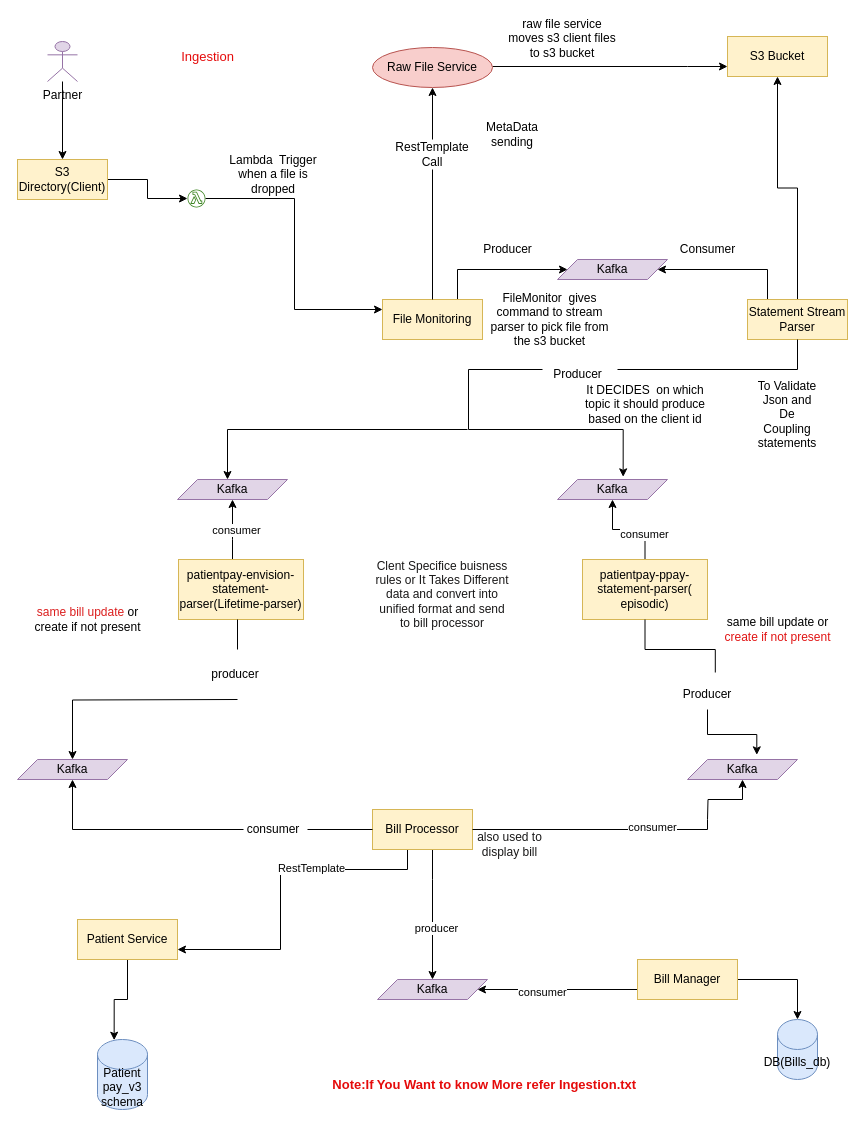
This is Ingestion.drawio from suchit727/diagrams, a draw.io file, before an edit. Source tidied: cells renumbered, new cells numbered last; positions are measured from the earlier drawing's top-left corner, leaving out a move shared by most shapes. Both pictures are drawn from the tidied source at 100%, with x=0, y=0 at pixel (17, 29).
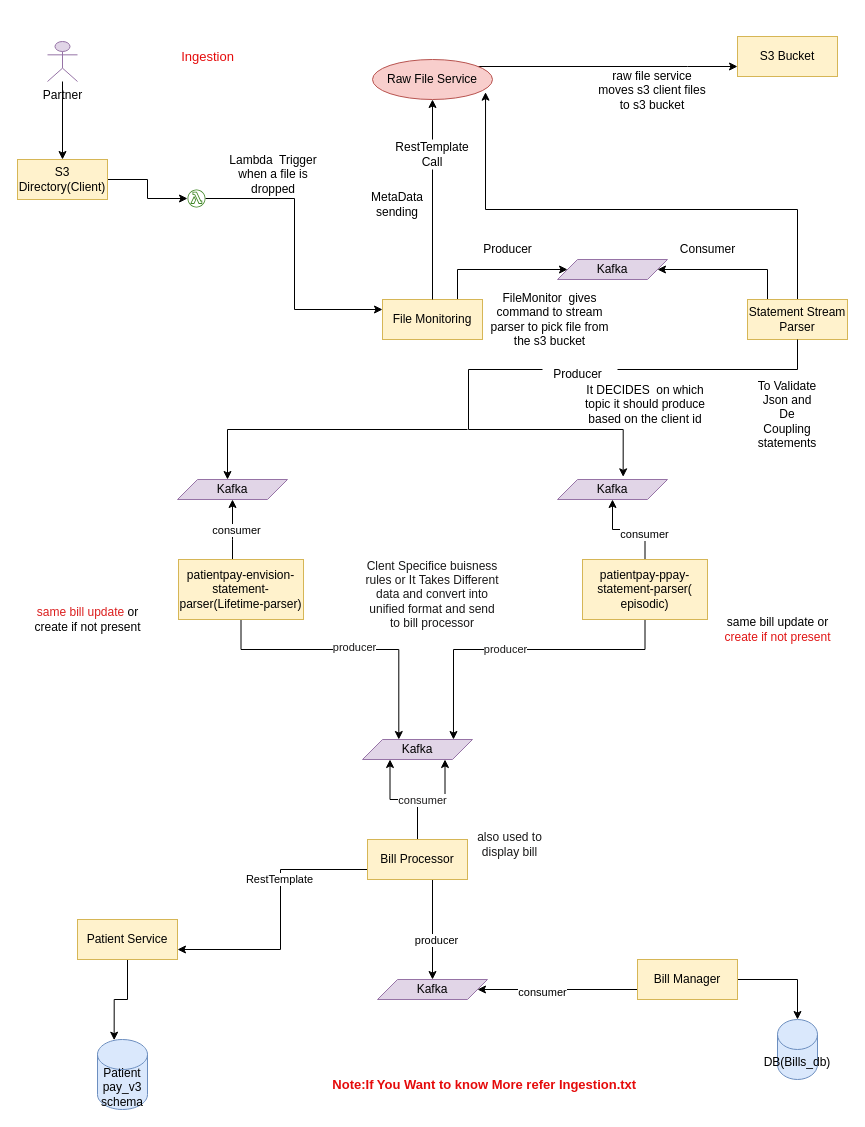
After the change.

Unchanged cells that the change refers to:
```xml
<mxCell id="21" value="Statement Stream Parser" style="rounded=0;whiteSpace=wrap;html=1;fillColor=#fff2cc;strokeColor=#d6b656;" parent="1" vertex="1">
  <mxGeometry x="730" y="270" width="100" height="40" as="geometry" />
</mxCell>
<mxCell id="25" value="patientpay-envision-statement-parser(Lifetime-parser)" style="rounded=0;whiteSpace=wrap;html=1;fillColor=#fff2cc;strokeColor=#d6b656;" parent="1" vertex="1">
  <mxGeometry x="161" y="530" width="125" height="60" as="geometry" />
</mxCell>
<mxCell id="48" value="patientpay-ppay-statement-parser(&lt;br&gt;episodic)" style="rounded=0;whiteSpace=wrap;html=1;fillColor=#fff2cc;strokeColor=#d6b656;" parent="1" vertex="1">
  <mxGeometry x="565" y="530" width="125" height="60" as="geometry" />
</mxCell>
```

Change to the diagram source:
```diff
@@
     <mxCell id="6" value="S3 Bucket" style="rounded=0;whiteSpace=wrap;html=1;fillColor=#fff2cc;strokeColor=#d6b656;" parent="1" vertex="1">
-      <mxGeometry x="710" y="7" width="100" height="40" as="geometry" />
+      <mxGeometry x="720" y="7" width="100" height="40" as="geometry" />
     </mxCell>
@@
-    <mxCell id="13" style="edgeStyle=orthogonalEdgeStyle;rounded=0;jettySize=auto;html=1;startArrow=none;" parent="1" edge="1" source="57" target="41">
-      <mxGeometry x="-0.2" y="15" relative="1" as="geometry" />
-    </mxCell>
-    <mxCell id="14" style="edgeStyle=orthogonalEdgeStyle;rounded=0;jettySize=auto;html=1;entryX=0.5;entryY=1;entryDx=0;entryDy=0;startArrow=none;" parent="1" edge="1" target="51">
-      <mxGeometry relative="1" as="geometry">
-        <mxPoint x="690" y="790" as="sourcePoint" />
-      </mxGeometry>
-    </mxCell>
@@
+    <mxCell id="74" style="edgeStyle=orthogonalEdgeStyle;rounded=0;jettySize=auto;html=1;entryX=0.25;entryY=1;entryDx=0;entryDy=0;fontColor=#1a1919;" parent="1" edge="1" source="17" target="41">
+      <mxGeometry relative="1" as="geometry" />
+    </mxCell>
+    <mxCell id="75" style="edgeStyle=orthogonalEdgeStyle;rounded=0;jettySize=auto;html=1;entryX=0.75;entryY=1;entryDx=0;entryDy=0;fontColor=#1a1919;" parent="1" edge="1" source="17" target="41">
+      <mxGeometry relative="1" as="geometry" />
+    </mxCell>
+    <mxCell id="76" value="consumer" style="edgeLabel;html=1;align=center;verticalAlign=middle;fontColor=#1a1919;" parent="75" vertex="1">
+      <mxGeometry x="-0.19" relative="1" as="geometry" />
+    </mxCell>
     <mxCell id="17" value="Bill Processor" style="rounded=0;whiteSpace=wrap;html=1;fillColor=#fff2cc;strokeColor=#d6b656;" parent="1" vertex="1">
-      <mxGeometry x="355" y="780" width="100" height="40" as="geometry" />
+      <mxGeometry x="350" y="810" width="100" height="40" as="geometry" />
     </mxCell>
-    <mxCell id="18" style="edgeStyle=orthogonalEdgeStyle;rounded=0;jettySize=auto;html=1;entryX=0.5;entryY=1;entryDx=0;entryDy=0;" parent="1" edge="1" source="21" target="6">
-      <mxGeometry relative="1" as="geometry" />
+    <mxCell id="18" style="edgeStyle=orthogonalEdgeStyle;rounded=0;jettySize=auto;html=1;entryX=0.942;entryY=0.817;entryDx=0;entryDy=0;entryPerimeter=0;" parent="1" edge="1" source="21" target="31">
+      <mxGeometry relative="1" as="geometry">
+        <Array as="points">
+          <mxPoint x="780" y="180" />
+          <mxPoint x="468" y="180" />
+        </Array>
+      </mxGeometry>
     </mxCell>
@@
+    <mxCell id="77" style="edgeStyle=orthogonalEdgeStyle;rounded=0;jettySize=auto;html=1;entryX=0.33;entryY=0;entryDx=0;entryDy=0;entryPerimeter=0;fontColor=#1a1919;" parent="1" edge="1" source="25" target="41">
+      <mxGeometry relative="1" as="geometry">
+        <Array as="points">
+          <mxPoint x="224" y="620" />
+          <mxPoint x="381" y="620" />
+        </Array>
+      </mxGeometry>
+    </mxCell>
+    <mxCell id="78" value="producer" style="edgeLabel;html=1;align=center;verticalAlign=middle;fontColor=#1a1919;" parent="77" vertex="1">
+      <mxGeometry x="0.03" y="3" relative="1" as="geometry" />
+    </mxCell>
@@
     <mxCell id="31" value="Raw File Service" style="ellipse;whiteSpace=wrap;html=1;fillColor=#f8cecc;strokeColor=#b85450;" parent="1" vertex="1">
-      <mxGeometry x="355" y="18" width="120" height="40" as="geometry" />
+      <mxGeometry x="355" y="30" width="120" height="40" as="geometry" />
     </mxCell>
@@
     <mxCell id="35" value="raw file service moves s3 client files to s3 bucket" style="text;html=1;strokeColor=none;fillColor=none;align=center;verticalAlign=middle;whiteSpace=wrap;rounded=0;" parent="1" vertex="1">
-      <mxGeometry x="490" width="110" height="18" as="geometry" />
+      <mxGeometry x="580" y="52" width="110" height="18" as="geometry" />
     </mxCell>
     <mxCell id="36" value="MetaData sending" style="text;html=1;strokeColor=none;fillColor=none;align=center;verticalAlign=middle;whiteSpace=wrap;rounded=0;" parent="1" vertex="1">
-      <mxGeometry x="465" y="90" width="60" height="30" as="geometry" />
+      <mxGeometry x="350" y="160" width="60" height="30" as="geometry" />
     </mxCell>
@@
     <mxCell id="41" value="Kafka" style="shape=parallelogram;perimeter=parallelogramPerimeter;whiteSpace=wrap;html=1;fixedSize=1;fillColor=#e1d5e7;strokeColor=#9673a6;" parent="1" vertex="1">
-      <mxGeometry y="730" width="110" height="20" as="geometry" />
+      <mxGeometry x="345" y="710" width="110" height="20" as="geometry" />
     </mxCell>
@@
-    <mxCell id="45" style="edgeStyle=orthogonalEdgeStyle;rounded=0;jettySize=auto;html=1;entryX=0.63;entryY=-0.233;entryDx=0;entryDy=0;entryPerimeter=0;startArrow=none;" parent="1" edge="1" source="55" target="51">
-      <mxGeometry relative="1" as="geometry" />
-    </mxCell>
@@
+    <mxCell id="79" style="edgeStyle=orthogonalEdgeStyle;rounded=0;jettySize=auto;html=1;entryX=0.827;entryY=0;entryDx=0;entryDy=0;entryPerimeter=0;fontColor=#1a1919;" parent="1" edge="1" source="48" target="41">
+      <mxGeometry relative="1" as="geometry">
+        <Array as="points">
+          <mxPoint x="628" y="620" />
+          <mxPoint x="436" y="620" />
+        </Array>
+      </mxGeometry>
+    </mxCell>
+    <mxCell id="80" value="producer" style="edgeLabel;html=1;align=center;verticalAlign=middle;fontColor=#1a1919;" parent="79" vertex="1">
+      <mxGeometry x="0.09" y="-1" relative="1" as="geometry" />
+    </mxCell>
@@
-    <mxCell id="51" value="Kafka" style="shape=parallelogram;perimeter=parallelogramPerimeter;whiteSpace=wrap;html=1;fixedSize=1;fillColor=#e1d5e7;strokeColor=#9673a6;" parent="1" vertex="1">
-      <mxGeometry x="670" y="730" width="110" height="20" as="geometry" />
-    </mxCell>
-    <mxCell id="52" style="edgeStyle=orthogonalEdgeStyle;rounded=0;jettySize=auto;html=1;" parent="1" edge="1" target="41">
-      <mxGeometry relative="1" as="geometry">
-        <mxPoint x="220" y="670" as="sourcePoint" />
-      </mxGeometry>
-    </mxCell>
-    <mxCell id="53" style="endArrow=none;html=1;rounded=0;" parent="1" edge="1">
-      <mxGeometry relative="1" as="geometry">
-        <mxPoint x="220" y="620" as="sourcePoint" />
-        <mxPoint x="220" y="590" as="targetPoint" />
-      </mxGeometry>
-    </mxCell>
-    <mxCell id="54" value="producer" style="text;html=1;strokeColor=none;fillColor=none;align=center;verticalAlign=middle;whiteSpace=wrap;rounded=0;" parent="1" vertex="1">
-      <mxGeometry x="188" y="630" width="60" height="30" as="geometry" />
-    </mxCell>
-    <mxCell id="55" value="Producer" style="text;html=1;strokeColor=none;fillColor=none;align=center;verticalAlign=middle;whiteSpace=wrap;rounded=0;" parent="1" vertex="1">
-      <mxGeometry x="660" y="650" width="60" height="30" as="geometry" />
-    </mxCell>
-    <mxCell id="56" style="edgeStyle=orthogonalEdgeStyle;rounded=0;jettySize=auto;html=1;entryX=0.63;entryY=-0.233;entryDx=0;entryDy=0;entryPerimeter=0;endArrow=none;" parent="1" edge="1" source="48" target="55">
-      <mxGeometry relative="1" as="geometry" />
-    </mxCell>
-    <mxCell id="57" value="consumer" style="text;html=1;strokeColor=none;fillColor=none;align=center;verticalAlign=middle;whiteSpace=wrap;rounded=0;" parent="1" vertex="1">
-      <mxGeometry x="226" y="785" width="60" height="30" as="geometry" />
-    </mxCell>
-    <mxCell id="58" style="endArrow=none;html=1;rounded=0;entryX=0;entryY=0.5;entryDx=0;entryDy=0;" parent="1" edge="1" target="17">
-      <mxGeometry relative="1" as="geometry">
-        <mxPoint x="290" y="800" as="sourcePoint" />
-      </mxGeometry>
-    </mxCell>
-    <mxCell id="59" style="edgeStyle=orthogonalEdgeStyle;rounded=0;jettySize=auto;html=1;endArrow=none;" parent="1" edge="1" source="17">
-      <mxGeometry relative="1" as="geometry">
-        <mxPoint x="690" y="790" as="targetPoint" />
-        <Array as="points">
-          <mxPoint x="690" y="800" />
-        </Array>
-      </mxGeometry>
-    </mxCell>
-    <mxCell id="60" value="consumer" style="edgeLabel;html=1;align=center;verticalAlign=middle;" parent="59" vertex="1">
-      <mxGeometry x="0.46" y="3" relative="1" as="geometry" />
-    </mxCell>
@@
     <mxCell id="72" value="Clent Specifice buisness rules or It Takes Different data and convert into unified format and send to bill processor" style="text;html=1;strokeColor=none;fillColor=none;align=center;verticalAlign=middle;whiteSpace=wrap;rounded=0;fontColor=#1a1919;" parent="1" vertex="1">
-      <mxGeometry x="355" y="550" width="140" height="30" as="geometry" />
+      <mxGeometry x="345" y="550" width="140" height="30" as="geometry" />
     </mxCell>
```
